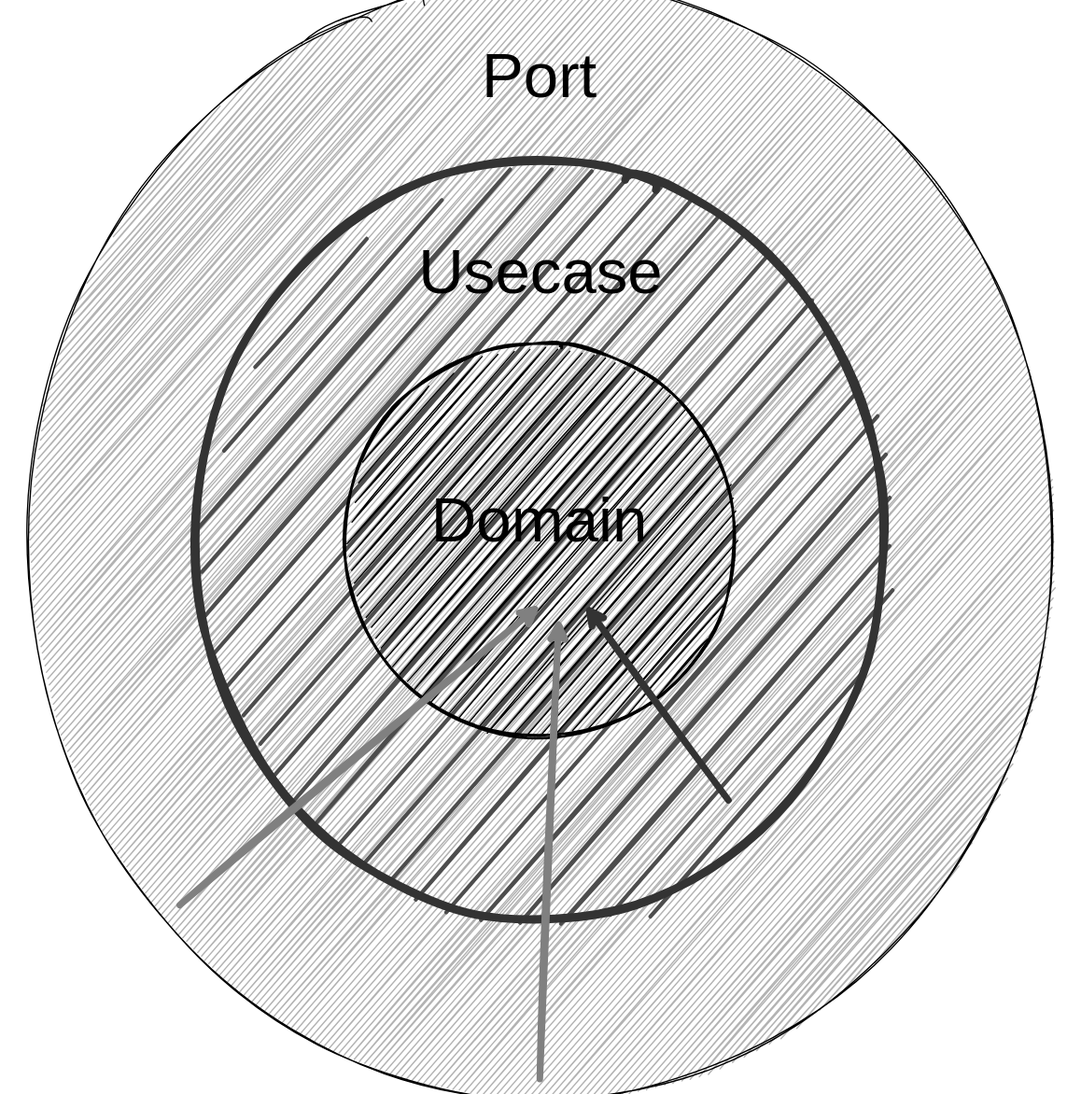
This is assets/schema.svg from emil14/app-layers-example, a draw.io export, as it was before one commit. Source tidied: cells renumbered, new cells last; positions are measured from the earlier drawing's top-left corner, leaving out a move shared by most shapes.
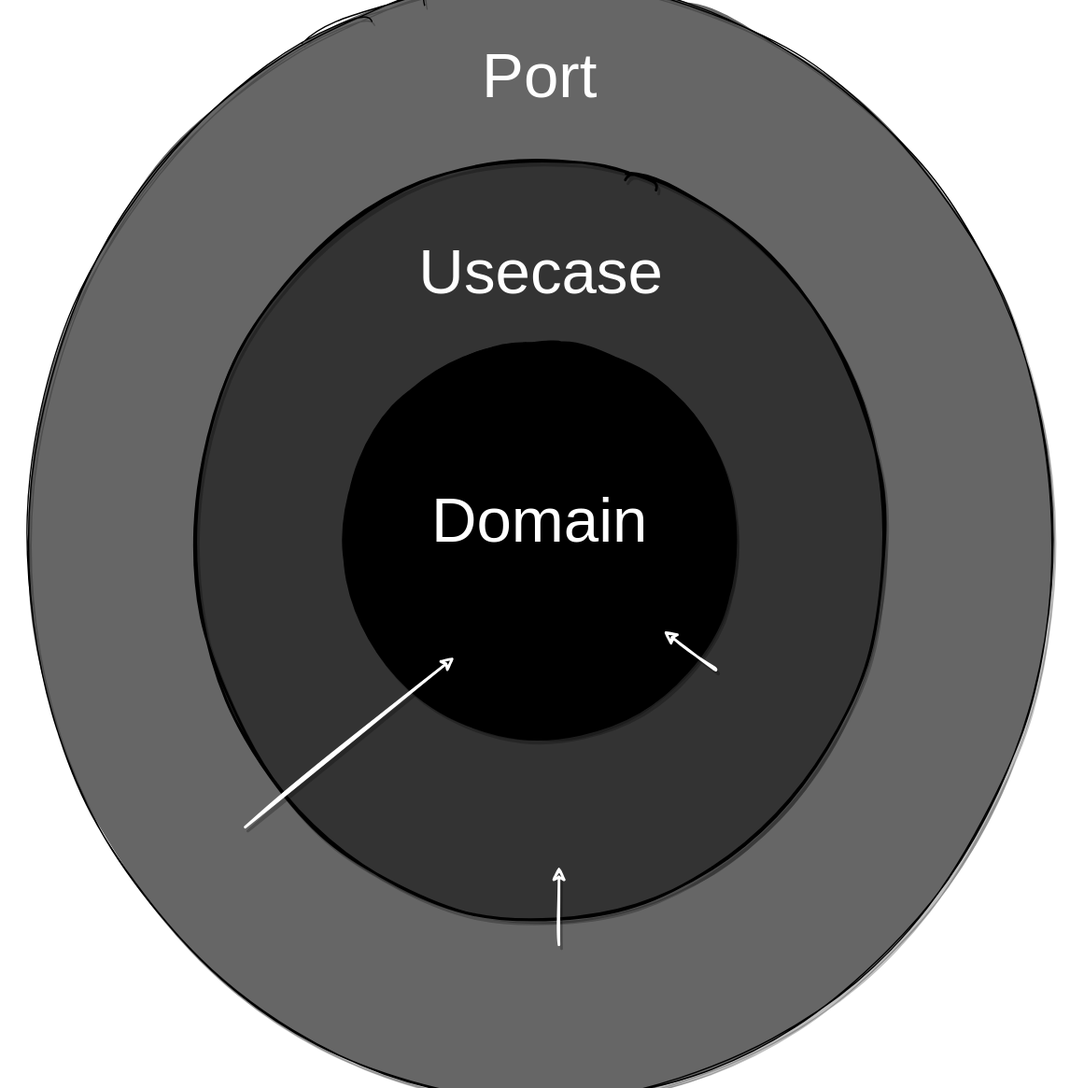
Above is the later version.

What changed in the source:
```diff
@@ -2,38 +2,40 @@
   <root>
     <mxCell id="0" />
     <mxCell id="1" parent="0" />
-    <mxCell id="2" style="ellipse;whiteSpace=wrap;html=1;rounded=0;sketch=1;fillColor=#B3B3B3;strokeWidth=1;" parent="1" vertex="1">
+    <mxCell id="2" style="ellipse;whiteSpace=wrap;html=1;rounded=0;sketch=1;fillColor=#666666;strokeWidth=1;gradientColor=none;strokeColor=default;shadow=1;fillStyle=solid;" parent="1" vertex="1">
       <mxGeometry width="825" height="825" as="geometry" />
     </mxCell>
-    <mxCell id="3" style="ellipse;whiteSpace=wrap;html=1;rounded=0;sketch=1;fillColor=#4D4D4D;strokeColor=#333333;strokeWidth=6;" parent="1" vertex="1">
+    <mxCell id="3" style="ellipse;whiteSpace=wrap;html=1;rounded=0;sketch=1;fillColor=#333333;strokeColor=default;strokeWidth=2;shadow=1;fillStyle=solid;" parent="1" vertex="1">
       <mxGeometry x="135" y="135" width="555" height="555" as="geometry" />
     </mxCell>
-    <mxCell id="4" style="ellipse;whiteSpace=wrap;html=1;rounded=0;sketch=1;fillColor=#000000;strokeWidth=2;" parent="1" vertex="1">
+    <mxCell id="4" style="ellipse;whiteSpace=wrap;html=1;rounded=0;sketch=1;fillColor=#000000;strokeWidth=3;fillStyle=solid;shadow=1;" parent="1" vertex="1">
       <mxGeometry x="255" y="255" width="315" height="315" as="geometry" />
     </mxCell>
-    <mxCell id="5" style="endArrow=classic;html=1;sketch=1;strokeWidth=5;exitX=0.76;exitY=0.859;exitDx=0;exitDy=0;exitPerimeter=0;strokeColor=#333333;" parent="1" edge="1" source="3">
+    <mxCell id="5" style="endArrow=classic;html=1;sketch=1;strokeWidth=2;strokeColor=#FFFFFF;shadow=1;curved=1;targetPerimeterSpacing=0;sourcePerimeterSpacing=0;" parent="1" edge="1">
       <mxGeometry relative="1" as="geometry">
-        <mxPoint x="447" y="462" as="targetPoint" />
+        <mxPoint x="547" y="512" as="sourcePoint" />
+        <mxPoint x="507" y="482" as="targetPoint" />
       </mxGeometry>
     </mxCell>
-    <mxCell id="6" style="endArrow=classic;html=1;sketch=1;exitX=0.5;exitY=1;exitDx=0;exitDy=0;strokeWidth=5;strokeColor=#808080;" parent="1" edge="1" source="2">
+    <mxCell id="6" style="endArrow=classic;html=1;sketch=1;strokeWidth=2;strokeColor=#FFFFFF;shadow=1;" parent="1" edge="1">
       <mxGeometry relative="1" as="geometry">
-        <mxPoint x="427" y="472" as="targetPoint" />
+        <mxPoint x="427" y="722" as="sourcePoint" />
+        <mxPoint x="427" y="662" as="targetPoint" />
       </mxGeometry>
     </mxCell>
-    <mxCell id="7" style="endArrow=classic;html=1;sketch=1;strokeWidth=5;strokeColor=#808080;" parent="1" edge="1">
+    <mxCell id="7" style="endArrow=classic;html=1;sketch=1;strokeWidth=2;strokeColor=#FFFFFF;shadow=1;fontColor=#FFFFFF;" parent="1" edge="1">
       <mxGeometry relative="1" as="geometry">
-        <mxPoint x="137" y="692" as="sourcePoint" />
-        <mxPoint x="413" y="462" as="targetPoint" />
+        <mxPoint x="187" y="632" as="sourcePoint" />
+        <mxPoint x="347" y="502" as="targetPoint" />
       </mxGeometry>
     </mxCell>
-    <mxCell id="8" value="&lt;font style=&quot;font-size: 48px&quot;&gt;Domain&lt;/font&gt;" style="text;html=1;align=center;verticalAlign=middle;fillColor=none;strokeColor=none;rounded=0;sketch=1;" parent="1" vertex="1">
+    <mxCell id="8" value="&lt;font style=&quot;font-size: 48px&quot;&gt;Domain&lt;/font&gt;" style="text;html=1;align=center;verticalAlign=middle;fillColor=none;strokeColor=none;rounded=0;sketch=1;shadow=1;fontColor=#FFFFFF;" parent="1" vertex="1">
       <mxGeometry x="322" y="382" width="180" height="30" as="geometry" />
     </mxCell>
-    <mxCell id="9" value="&lt;font style=&quot;font-size: 48px&quot;&gt;Usecase&lt;/font&gt;" style="text;html=1;align=center;verticalAlign=middle;fillColor=none;strokeColor=none;rounded=0;sketch=1;" parent="1" vertex="1">
+    <mxCell id="9" value="&lt;font style=&quot;font-size: 48px&quot;&gt;Usecase&lt;/font&gt;" style="text;html=1;align=center;verticalAlign=middle;fillColor=none;strokeColor=none;rounded=0;sketch=1;fontColor=#FFFFFF;" parent="1" vertex="1">
       <mxGeometry x="312.5" y="192" width="200" height="30" as="geometry" />
     </mxCell>
-    <mxCell id="10" value="&lt;font style=&quot;font-size: 48px&quot;&gt;Port&lt;/font&gt;" style="text;html=1;align=center;verticalAlign=middle;fillColor=none;strokeColor=none;rounded=0;sketch=1;" parent="1" vertex="1">
+    <mxCell id="10" value="&lt;font style=&quot;font-size: 48px&quot;&gt;Port&lt;/font&gt;" style="text;html=1;align=center;verticalAlign=middle;fillColor=none;strokeColor=none;rounded=0;sketch=1;labelBackgroundColor=none;fontColor=#FFFFFF;" parent="1" vertex="1">
       <mxGeometry x="362" y="42" width="100" height="30" as="geometry" />
     </mxCell>
   </root>
```
